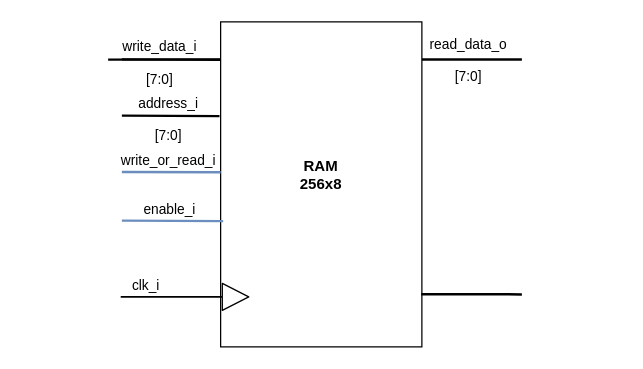
The draw.io diagram Blockbeschreibungen/RAM_beschreibung.drawio in graefjk/RO2, before the edit. Source tidied: cells renumbered, new cells numbered last; positions are measured from the earlier drawing's top-left corner, leaving out a move shared by most shapes. Both pictures are drawn from the tidied source at 125%, with x=0, y=0 at pixel (108, 21).
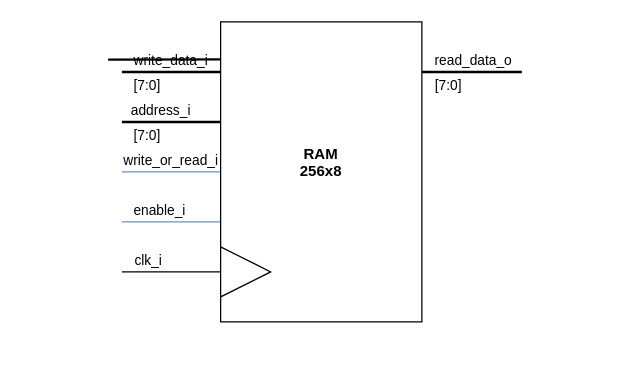
After the change.

The change refers to these unchanged cells:
```xml
<mxCell id="8" style="endArrow=none;html=1;rounded=0;labelBackgroundColor=none;startSize=8;endSize=8;strokeColor=default;strokeWidth=2;jumpSize=8;entryX=0;entryY=0.071;entryDx=0;entryDy=0;entryPerimeter=0;" parent="1" edge="1">
  <mxGeometry relative="1" as="geometry">
    <mxPoint y="30.2" as="sourcePoint" />
    <mxPoint x="90" y="30" as="targetPoint" />
  </mxGeometry>
</mxCell>
```

The edit, as a diff of the source:
```diff
@@
-    <mxCell id="2" style="edgeStyle=orthogonalEdgeStyle;rounded=0;orthogonalLoop=1;jettySize=auto;html=1;endArrow=none;endFill=0;strokeWidth=2;" parent="1" edge="1">
+    <mxCell id="2" style="edgeStyle=orthogonalEdgeStyle;rounded=0;jettySize=auto;html=1;endArrow=none;endFill=0;strokeWidth=2;" parent="1" edge="1" source="3">
       <mxGeometry relative="1" as="geometry">
-        <mxPoint x="251" y="30" as="sourcePoint" />
-        <mxPoint x="331" y="30" as="targetPoint" />
+        <mxPoint x="331" y="40" as="targetPoint" />
         <Array as="points">
-          <mxPoint x="291" y="30" />
-          <mxPoint x="291" y="30" />
+          <mxPoint x="331" y="40" />
         </Array>
       </mxGeometry>
     </mxCell>
+    <mxCell id="18" value="&lt;div style=&quot;&quot;&gt;read_data_o&lt;/div&gt;" style="edgeLabel;html=1;align=center;verticalAlign=middle;labelBackgroundColor=none;" parent="2" vertex="1">
+      <mxGeometry y="13" relative="1" as="geometry">
+        <mxPoint y="3" as="offset" />
+      </mxGeometry>
+    </mxCell>
+    <mxCell id="19" value="&lt;span style=&quot;&quot;&gt;[7:0]&lt;/span&gt;" style="edgeLabel;html=1;align=center;verticalAlign=middle;labelBackgroundColor=none;" parent="2" vertex="1">
+      <mxGeometry y="-28" relative="1" as="geometry">
+        <mxPoint x="-20" y="-18" as="offset" />
+      </mxGeometry>
+    </mxCell>
+    <mxCell id="20" style="edgeStyle=orthogonalEdgeStyle;rounded=0;jettySize=auto;html=1;strokeWidth=2;endArrow=none;endFill=0;" parent="1" edge="1" source="3">
+      <mxGeometry relative="1" as="geometry">
+        <mxPoint x="11" y="40" as="targetPoint" />
+        <Array as="points">
+          <mxPoint x="11" y="40" />
+        </Array>
+      </mxGeometry>
+    </mxCell>
+    <mxCell id="21" value="&lt;div style=&quot;&quot;&gt;write_data_i&lt;/div&gt;" style="edgeLabel;html=1;align=center;verticalAlign=middle;labelBackgroundColor=none;" parent="20" vertex="1">
+      <mxGeometry x="0.71" y="1" relative="1" as="geometry">
+        <mxPoint x="27.4" y="-11" as="offset" />
+      </mxGeometry>
+    </mxCell>
+    <mxCell id="22" value="&lt;span style=&quot;&quot;&gt;[7:0]&lt;/span&gt;" style="edgeLabel;html=1;align=center;verticalAlign=middle;labelBackgroundColor=none;" parent="20" vertex="1">
+      <mxGeometry x="0.79" relative="1" as="geometry">
+        <mxPoint x="11.9" y="10" as="offset" />
+      </mxGeometry>
+    </mxCell>
+    <mxCell id="23" style="edgeStyle=orthogonalEdgeStyle;rounded=0;jettySize=auto;html=1;endArrow=none;endFill=0;strokeWidth=2;" parent="1" edge="1" source="3">
+      <mxGeometry relative="1" as="geometry">
+        <mxPoint x="11" y="80" as="targetPoint" />
+        <Array as="points">
+          <mxPoint x="71" y="80" />
+          <mxPoint x="71" y="80" />
+        </Array>
+      </mxGeometry>
+    </mxCell>
+    <mxCell id="24" value="&lt;div style=&quot;&quot;&gt;address_i&lt;/div&gt;" style="edgeLabel;html=1;align=center;verticalAlign=middle;labelBackgroundColor=none;" parent="23" vertex="1">
+      <mxGeometry x="0.23" relative="1" as="geometry">
+        <mxPoint y="-10" as="offset" />
+      </mxGeometry>
+    </mxCell>
+    <mxCell id="25" value="&lt;span style=&quot;&quot;&gt;[7:0]&lt;/span&gt;" style="edgeLabel;html=1;align=center;verticalAlign=middle;labelBackgroundColor=none;" parent="23" vertex="1">
+      <mxGeometry x="0.69" y="-2" relative="1" as="geometry">
+        <mxPoint x="7.9" y="12" as="offset" />
+      </mxGeometry>
+    </mxCell>
+    <mxCell id="26" style="edgeStyle=orthogonalEdgeStyle;rounded=0;jettySize=auto;html=1;endArrow=none;endFill=0;strokeWidth=1;fillColor=#dae8fc;strokeColor=#6c8ebf;" parent="1" edge="1" source="3">
+      <mxGeometry relative="1" as="geometry">
+        <mxPoint x="11" y="120" as="targetPoint" />
+        <Array as="points">
+          <mxPoint x="71" y="120" />
+          <mxPoint x="71" y="120" />
+        </Array>
+      </mxGeometry>
+    </mxCell>
+    <mxCell id="7" value="&lt;span style=&quot;&quot;&gt;write_or_read_i&lt;/span&gt;" style="edgeLabel;html=1;align=center;verticalAlign=middle;labelBackgroundColor=none;" parent="26" vertex="1">
+      <mxGeometry x="0.29" y="-1" relative="1" as="geometry">
+        <mxPoint x="10.9" y="-9" as="offset" />
+      </mxGeometry>
+    </mxCell>
+    <mxCell id="27" style="edgeStyle=orthogonalEdgeStyle;rounded=0;jettySize=auto;html=1;endArrow=none;endFill=0;strokeWidth=1;fillColor=#dae8fc;strokeColor=#6c8ebf;" parent="1" edge="1" source="3">
+      <mxGeometry relative="1" as="geometry">
+        <mxPoint x="11" y="160" as="targetPoint" />
+        <Array as="points">
+          <mxPoint x="11" y="160" />
+        </Array>
+      </mxGeometry>
+    </mxCell>
+    <mxCell id="13" value="&lt;span style=&quot;&quot;&gt;enable_i&lt;/span&gt;" style="edgeLabel;html=1;align=center;verticalAlign=middle;labelBackgroundColor=none;" parent="27" vertex="1">
+      <mxGeometry x="0.71" relative="1" as="geometry">
+        <mxPoint x="18.4" y="-10" as="offset" />
+      </mxGeometry>
+    </mxCell>
+    <mxCell id="28" style="edgeStyle=orthogonalEdgeStyle;rounded=0;jettySize=auto;html=1;endArrow=none;endFill=0;strokeWidth=1;" parent="1" edge="1" source="3">
+      <mxGeometry relative="1" as="geometry">
+        <mxPoint x="11" y="200" as="targetPoint" />
+        <Array as="points">
+          <mxPoint x="71" y="200" />
+          <mxPoint x="71" y="200" />
+        </Array>
+      </mxGeometry>
+    </mxCell>
+    <mxCell id="15" value="clk_i" style="edgeLabel;html=1;align=center;verticalAlign=middle;labelBackgroundColor=none;" parent="28" vertex="1">
+      <mxGeometry x="0.78" y="-3" relative="1" as="geometry">
+        <mxPoint x="11.3" y="-7" as="offset" />
+      </mxGeometry>
+    </mxCell>
     <mxCell id="3" value="&lt;b&gt;RAM&lt;/b&gt;&lt;div&gt;&lt;b&gt;256x8&lt;/b&gt;&lt;/div&gt;&lt;div&gt;&lt;b&gt;&lt;br&gt;&lt;/b&gt;&lt;/div&gt;" style="rounded=0;whiteSpace=wrap;html=1;" parent="1" vertex="1">
-      <mxGeometry x="90" width="161" height="260" as="geometry" />
+      <mxGeometry x="90" width="161" height="240" as="geometry" />
     </mxCell>
-    <mxCell id="4" style="endArrow=none;html=1;rounded=0;labelBackgroundColor=none;startSize=8;endSize=8;strokeColor=#000000;strokeWidth=2;jumpSize=8;entryX=-0.003;entryY=0.179;entryDx=0;entryDy=0;entryPerimeter=0;fillColor=#dae8fc;" parent="1" edge="1">
-      <mxGeometry relative="1" as="geometry">
-        <mxPoint x="11" y="75" as="sourcePoint" />
-        <mxPoint x="89.1" y="75.4" as="targetPoint" />
-      </mxGeometry>
-    </mxCell>
-    <mxCell id="5" value="&lt;div&gt;address_i&lt;/div&gt;&lt;div&gt;&lt;br&gt;&lt;/div&gt;&lt;div&gt;[7:0]&lt;br&gt;&lt;/div&gt;" style="edgeLabel;html=1;align=center;verticalAlign=middle;labelBackgroundColor=none;" parent="4" vertex="1">
-      <mxGeometry x="-0.37" y="-2" relative="1" as="geometry">
-        <mxPoint x="12" as="offset" />
-      </mxGeometry>
-    </mxCell>
-    <mxCell id="6" style="endArrow=none;html=1;rounded=0;labelBackgroundColor=none;startSize=8;endSize=8;strokeColor=#6c8ebf;strokeWidth=2;jumpSize=8;fillColor=#dae8fc;" parent="1" edge="1">
-      <mxGeometry relative="1" as="geometry">
-        <mxPoint x="11" y="120" as="sourcePoint" />
-        <mxPoint x="90" y="120.2" as="targetPoint" />
-      </mxGeometry>
-    </mxCell>
-    <mxCell id="7" value="&lt;div&gt;write_or_read_i&lt;/div&gt;" style="edgeLabel;html=1;align=center;verticalAlign=middle;labelBackgroundColor=none;" parent="6" vertex="1">
-      <mxGeometry x="-0.37" y="-2" relative="1" as="geometry">
-        <mxPoint x="12" y="-12" as="offset" />
-      </mxGeometry>
-    </mxCell>
@@
-    <mxCell id="9" value="&lt;div&gt;write_data_i&lt;/div&gt;&lt;div&gt;&lt;br&gt;&lt;/div&gt;&lt;div&gt;[7:0]&lt;br&gt;&lt;/div&gt;" style="edgeLabel;html=1;align=center;verticalAlign=middle;labelBackgroundColor=none;" parent="8" vertex="1">
-      <mxGeometry x="-0.37" y="-2" relative="1" as="geometry">
-        <mxPoint x="12" as="offset" />
-      </mxGeometry>
-    </mxCell>
-    <mxCell id="10" style="endArrow=none;html=1;rounded=0;labelBackgroundColor=none;startSize=8;endSize=8;strokeColor=default;strokeWidth=2;jumpSize=8;exitX=0.997;exitY=0.838;exitDx=0;exitDy=0;exitPerimeter=0;" parent="1" edge="1" source="3">
-      <mxGeometry relative="1" as="geometry">
-        <mxPoint x="331" y="218" as="targetPoint" />
-      </mxGeometry>
-    </mxCell>
-    <mxCell id="11" value="&lt;div&gt;read_data_o&lt;/div&gt;&lt;div&gt;&lt;br&gt;&lt;/div&gt;&lt;div&gt;[7:0]&lt;br&gt;&lt;/div&gt;" style="edgeLabel;html=1;align=center;verticalAlign=middle;labelBackgroundColor=none;" parent="10" vertex="1">
-      <mxGeometry x="-0.37" y="-2" relative="1" as="geometry">
-        <mxPoint x="12" y="-189.9" as="offset" />
-      </mxGeometry>
-    </mxCell>
-    <mxCell id="12" style="endArrow=none;html=1;rounded=0;labelBackgroundColor=none;startSize=8;endSize=8;strokeColor=#6c8ebf;strokeWidth=2;jumpSize=8;entryX=0.007;entryY=0.379;entryDx=0;entryDy=0;entryPerimeter=0;fillColor=#dae8fc;" parent="1" edge="1">
-      <mxGeometry relative="1" as="geometry">
-        <mxPoint x="11" y="159" as="sourcePoint" />
-        <mxPoint x="92" y="159.4" as="targetPoint" />
-      </mxGeometry>
-    </mxCell>
-    <mxCell id="13" value="enable_i" style="edgeLabel;html=1;align=center;verticalAlign=middle;labelBackgroundColor=none;" parent="12" vertex="1">
-      <mxGeometry x="-0.37" y="-2" relative="1" as="geometry">
-        <mxPoint x="12" y="-12" as="offset" />
-      </mxGeometry>
-    </mxCell>
-    <mxCell id="14" style="shape=flexArrow;endArrow=classic;html=1;strokeWidth=1;width=0.5714285714285714;endSize=6.714285714285714;" parent="1" edge="1">
-      <mxGeometry relative="1" as="geometry">
-        <mxPoint x="10" y="220" as="sourcePoint" />
-        <mxPoint x="113" y="220" as="targetPoint" />
-      </mxGeometry>
-    </mxCell>
-    <mxCell id="15" value="clk_i" style="edgeLabel;html=1;align=center;verticalAlign=middle;" parent="14" vertex="1">
-      <mxGeometry x="-0.63" relative="1" as="geometry">
-        <mxPoint y="-10" as="offset" />
-      </mxGeometry>
-    </mxCell>
-    <mxCell id="16" style="endArrow=none;html=1;rounded=0;labelBackgroundColor=none;startSize=8;endSize=8;strokeColor=#000000;strokeWidth=2;jumpSize=8;entryX=-0.003;entryY=0.179;entryDx=0;entryDy=0;entryPerimeter=0;fillColor=#dae8fc;" parent="1" edge="1">
-      <mxGeometry relative="1" as="geometry">
-        <mxPoint x="11" y="30" as="sourcePoint" />
-        <mxPoint x="90" y="30.4" as="targetPoint" />
-      </mxGeometry>
-    </mxCell>
-    <mxCell id="17" value="&lt;div&gt;&lt;br&gt;&lt;/div&gt;" style="edgeLabel;html=1;align=center;verticalAlign=middle;labelBackgroundColor=none;" parent="16" vertex="1">
-      <mxGeometry x="-0.37" y="-2" relative="1" as="geometry">
-        <mxPoint x="12" as="offset" />
-      </mxGeometry>
-    </mxCell>
+    <mxCell id="29" style="triangle;whiteSpace=wrap;html=1;" parent="1" vertex="1">
+      <mxGeometry x="90" y="180" width="40" height="40" as="geometry" />
+    </mxCell>
+    <mxCell id="30" style="rounded=0;whiteSpace=wrap;html=1;fillColor=none;strokeColor=none;" parent="1" vertex="1">
+      <mxGeometry x="-69.5" width="480" height="40" as="geometry" />
+    </mxCell>
```
